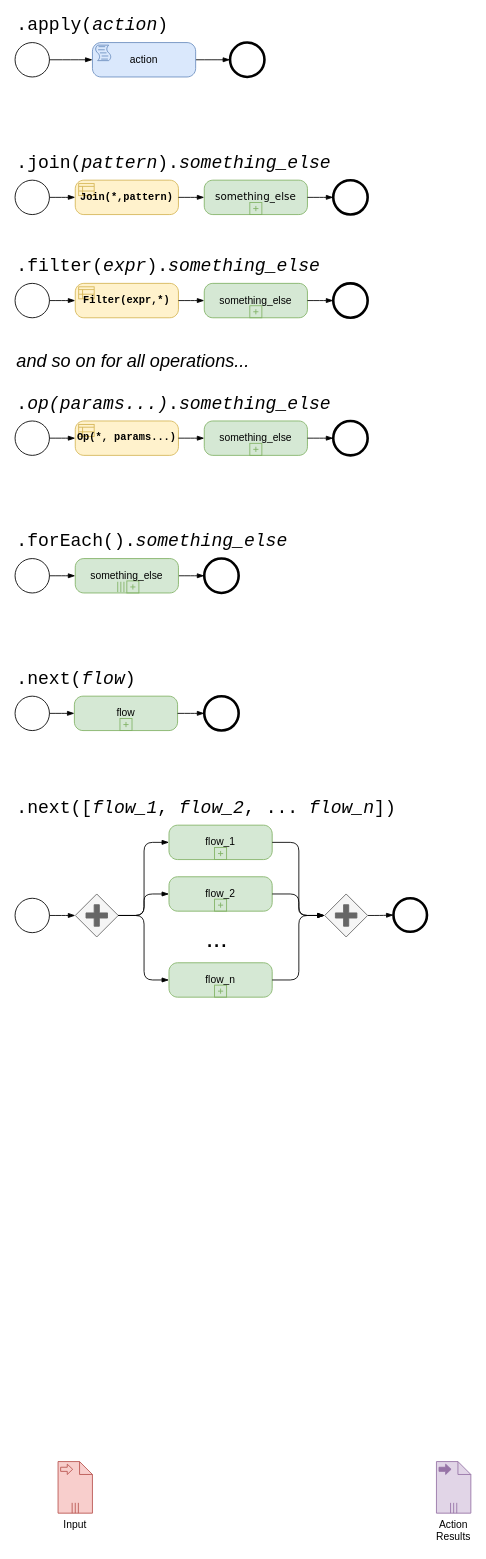
Before: page "other" (11 of 22) of doc/BPMN_flow.drawio in miguel76/know-flow, a draw.io diagram. Source tidied: cells renumbered, new cells numbered last; positions are measured from the earlier drawing's top-left corner, leaving out a move shared by most shapes. Both pictures are drawn from the tidied source at 86%, with x=0, y=0 at pixel (15, 16).
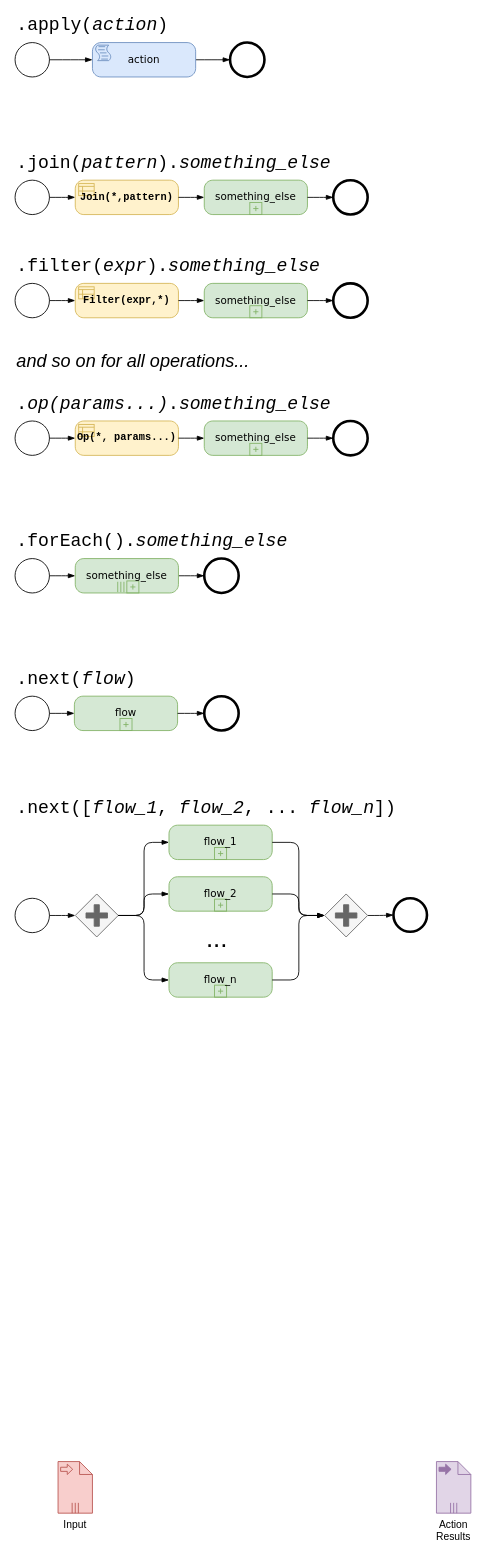
The same diagram, later.

What changed in the source:
```diff
@@
-    <mxCell id="6" value="action" style="points=[[0.25,0,0],[0.5,0,0],[0.75,0,0],[1,0.25,0],[1,0.5,0],[1,0.75,0],[0.75,1,0],[0.5,1,0],[0.25,1,0],[0,0.75,0],[0,0.5,0],[0,0.25,0]];shape=mxgraph.bpmn.task;whiteSpace=wrap;rectStyle=rounded;size=10;taskMarker=script;fillColor=#dae8fc;strokeColor=#6c8ebf;" parent="1" vertex="1">
+    <mxCell id="6" value="action" style="points=[[0.25,0,0],[0.5,0,0],[0.75,0,0],[1,0.25,0],[1,0.5,0],[1,0.75,0],[0.75,1,0],[0.5,1,0],[0.25,1,0],[0,0.75,0],[0,0.5,0],[0,0.25,0]];shape=mxgraph.bpmn.task;whiteSpace=wrap;rectStyle=rounded;size=10;taskMarker=script;fillColor=#dae8fc;strokeColor=#6c8ebf;fontFamily=Verdana;" parent="1" vertex="1">
       <mxGeometry x="90" y="30" width="120" height="40" as="geometry" />
     </mxCell>
@@
-    <mxCell id="21" value="something_else" style="points=[[0.25,0,0],[0.5,0,0],[0.75,0,0],[1,0.25,0],[1,0.5,0],[1,0.75,0],[0.75,1,0],[0.5,1,0],[0.25,1,0],[0,0.75,0],[0,0.5,0],[0,0.25,0]];shape=mxgraph.bpmn.task;whiteSpace=wrap;rectStyle=rounded;size=10;taskMarker=abstract;isLoopSub=1;fillColor=#d5e8d4;strokeColor=#82b366;" parent="1" vertex="1">
+    <mxCell id="21" value="something_else" style="points=[[0.25,0,0],[0.5,0,0],[0.75,0,0],[1,0.25,0],[1,0.5,0],[1,0.75,0],[0.75,1,0],[0.5,1,0],[0.25,1,0],[0,0.75,0],[0,0.5,0],[0,0.25,0]];shape=mxgraph.bpmn.task;whiteSpace=wrap;rectStyle=rounded;size=10;taskMarker=abstract;isLoopSub=1;fillColor=#d5e8d4;strokeColor=#82b366;fontFamily=Verdana;" parent="1" vertex="1">
       <mxGeometry x="220" y="310" width="120" height="40" as="geometry" />
     </mxCell>
@@
-    <mxCell id="29" value="something_else" style="points=[[0.25,0,0],[0.5,0,0],[0.75,0,0],[1,0.25,0],[1,0.5,0],[1,0.75,0],[0.75,1,0],[0.5,1,0],[0.25,1,0],[0,0.75,0],[0,0.5,0],[0,0.25,0]];shape=mxgraph.bpmn.task;whiteSpace=wrap;rectStyle=rounded;size=10;taskMarker=abstract;isLoopSub=1;fillColor=#d5e8d4;strokeColor=#82b366;" parent="1" vertex="1">
+    <mxCell id="29" value="something_else" style="points=[[0.25,0,0],[0.5,0,0],[0.75,0,0],[1,0.25,0],[1,0.5,0],[1,0.75,0],[0.75,1,0],[0.5,1,0],[0.25,1,0],[0,0.75,0],[0,0.5,0],[0,0.25,0]];shape=mxgraph.bpmn.task;whiteSpace=wrap;rectStyle=rounded;size=10;taskMarker=abstract;isLoopSub=1;fillColor=#d5e8d4;strokeColor=#82b366;fontFamily=Verdana;" parent="1" vertex="1">
       <mxGeometry x="220" y="470" width="120" height="40" as="geometry" />
     </mxCell>
@@
-    <mxCell id="37" value="something_else" style="points=[[0.25,0,0],[0.5,0,0],[0.75,0,0],[1,0.25,0],[1,0.5,0],[1,0.75,0],[0.75,1,0],[0.5,1,0],[0.25,1,0],[0,0.75,0],[0,0.5,0],[0,0.25,0]];shape=mxgraph.bpmn.task;whiteSpace=wrap;rectStyle=rounded;size=10;taskMarker=abstract;isLoopSub=1;isLoopMultiParallel=1;fillColor=#d5e8d4;strokeColor=#82b366;" parent="1" vertex="1">
+    <mxCell id="37" value="something_else" style="points=[[0.25,0,0],[0.5,0,0],[0.75,0,0],[1,0.25,0],[1,0.5,0],[1,0.75,0],[0.75,1,0],[0.5,1,0],[0.25,1,0],[0,0.75,0],[0,0.5,0],[0,0.25,0]];shape=mxgraph.bpmn.task;whiteSpace=wrap;rectStyle=rounded;size=10;taskMarker=abstract;isLoopSub=1;isLoopMultiParallel=1;fillColor=#d5e8d4;strokeColor=#82b366;fontFamily=Verdana;" parent="1" vertex="1">
       <mxGeometry x="70" y="630" width="120" height="40" as="geometry" />
     </mxCell>
@@
-    <mxCell id="46" value="flow_1" style="points=[[0.25,0,0],[0.5,0,0],[0.75,0,0],[1,0.25,0],[1,0.5,0],[1,0.75,0],[0.75,1,0],[0.5,1,0],[0.25,1,0],[0,0.75,0],[0,0.5,0],[0,0.25,0]];shape=mxgraph.bpmn.task;whiteSpace=wrap;rectStyle=rounded;size=10;taskMarker=abstract;isLoopSub=1;fillColor=#d5e8d4;strokeColor=#82b366;" parent="1" vertex="1">
+    <mxCell id="46" value="flow_1" style="points=[[0.25,0,0],[0.5,0,0],[0.75,0,0],[1,0.25,0],[1,0.5,0],[1,0.75,0],[0.75,1,0],[0.5,1,0],[0.25,1,0],[0,0.75,0],[0,0.5,0],[0,0.25,0]];shape=mxgraph.bpmn.task;whiteSpace=wrap;rectStyle=rounded;size=10;taskMarker=abstract;isLoopSub=1;fillColor=#d5e8d4;strokeColor=#82b366;fontFamily=Verdana;" parent="1" vertex="1">
       <mxGeometry x="179" y="940" width="120" height="40" as="geometry" />
     </mxCell>
-    <mxCell id="47" value="flow_2" style="points=[[0.25,0,0],[0.5,0,0],[0.75,0,0],[1,0.25,0],[1,0.5,0],[1,0.75,0],[0.75,1,0],[0.5,1,0],[0.25,1,0],[0,0.75,0],[0,0.5,0],[0,0.25,0]];shape=mxgraph.bpmn.task;whiteSpace=wrap;rectStyle=rounded;size=10;taskMarker=abstract;isLoopSub=1;fillColor=#d5e8d4;strokeColor=#82b366;" parent="1" vertex="1">
+    <mxCell id="47" value="flow_2" style="points=[[0.25,0,0],[0.5,0,0],[0.75,0,0],[1,0.25,0],[1,0.5,0],[1,0.75,0],[0.75,1,0],[0.5,1,0],[0.25,1,0],[0,0.75,0],[0,0.5,0],[0,0.25,0]];shape=mxgraph.bpmn.task;whiteSpace=wrap;rectStyle=rounded;size=10;taskMarker=abstract;isLoopSub=1;fillColor=#d5e8d4;strokeColor=#82b366;fontFamily=Verdana;" parent="1" vertex="1">
       <mxGeometry x="179" y="1000" width="120" height="40" as="geometry" />
     </mxCell>
-    <mxCell id="48" value="flow_n" style="points=[[0.25,0,0],[0.5,0,0],[0.75,0,0],[1,0.25,0],[1,0.5,0],[1,0.75,0],[0.75,1,0],[0.5,1,0],[0.25,1,0],[0,0.75,0],[0,0.5,0],[0,0.25,0]];shape=mxgraph.bpmn.task;whiteSpace=wrap;rectStyle=rounded;size=10;taskMarker=abstract;isLoopSub=1;fillColor=#d5e8d4;strokeColor=#82b366;" parent="1" vertex="1">
+    <mxCell id="48" value="flow_n" style="points=[[0.25,0,0],[0.5,0,0],[0.75,0,0],[1,0.25,0],[1,0.5,0],[1,0.75,0],[0.75,1,0],[0.5,1,0],[0.25,1,0],[0,0.75,0],[0,0.5,0],[0,0.25,0]];shape=mxgraph.bpmn.task;whiteSpace=wrap;rectStyle=rounded;size=10;taskMarker=abstract;isLoopSub=1;fillColor=#d5e8d4;strokeColor=#82b366;fontFamily=Verdana;" parent="1" vertex="1">
       <mxGeometry x="179" y="1100" width="120" height="40" as="geometry" />
     </mxCell>
@@
-    <mxCell id="61" value="flow" style="points=[[0.25,0,0],[0.5,0,0],[0.75,0,0],[1,0.25,0],[1,0.5,0],[1,0.75,0],[0.75,1,0],[0.5,1,0],[0.25,1,0],[0,0.75,0],[0,0.5,0],[0,0.25,0]];shape=mxgraph.bpmn.task;whiteSpace=wrap;rectStyle=rounded;size=10;taskMarker=abstract;isLoopSub=1;fillColor=#d5e8d4;strokeColor=#82b366;" parent="1" vertex="1">
+    <mxCell id="61" value="flow" style="points=[[0.25,0,0],[0.5,0,0],[0.75,0,0],[1,0.25,0],[1,0.5,0],[1,0.75,0],[0.75,1,0],[0.5,1,0],[0.25,1,0],[0,0.75,0],[0,0.5,0],[0,0.25,0]];shape=mxgraph.bpmn.task;whiteSpace=wrap;rectStyle=rounded;size=10;taskMarker=abstract;isLoopSub=1;fillColor=#d5e8d4;strokeColor=#82b366;fontFamily=Verdana;" parent="1" vertex="1">
       <mxGeometry x="69" y="790" width="120" height="40" as="geometry" />
     </mxCell>
```
